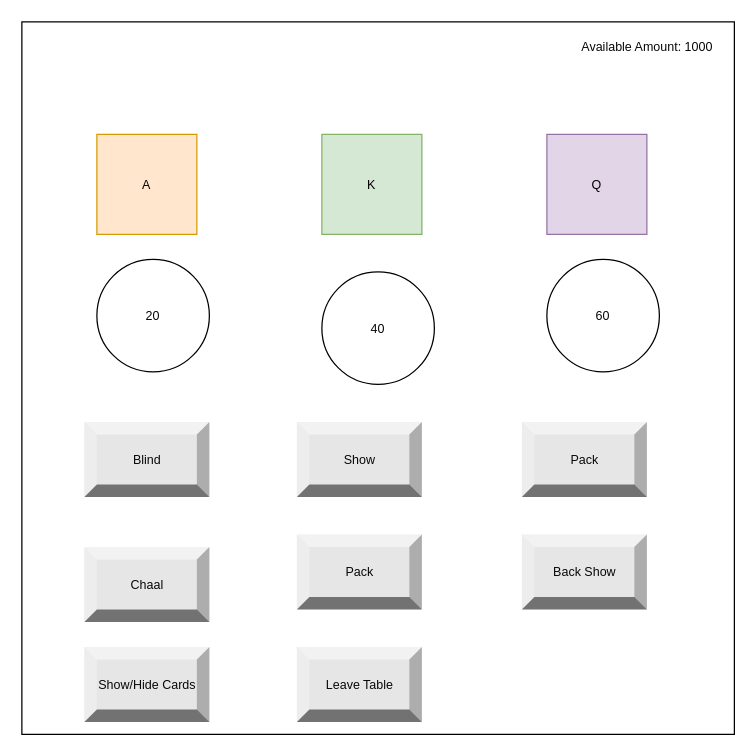
This is page "User: Table" (4 of 4) of demos/flashgame.drawio from shivangsanghi/demos, a draw.io file, before an edit. Source tidied: cells renumbered, new cells numbered last; positions are measured from the earlier drawing's top-left corner, leaving out a move shared by most shapes. Both pictures are drawn from the tidied source at 125%, with x=0, y=0 at pixel (21, 21).
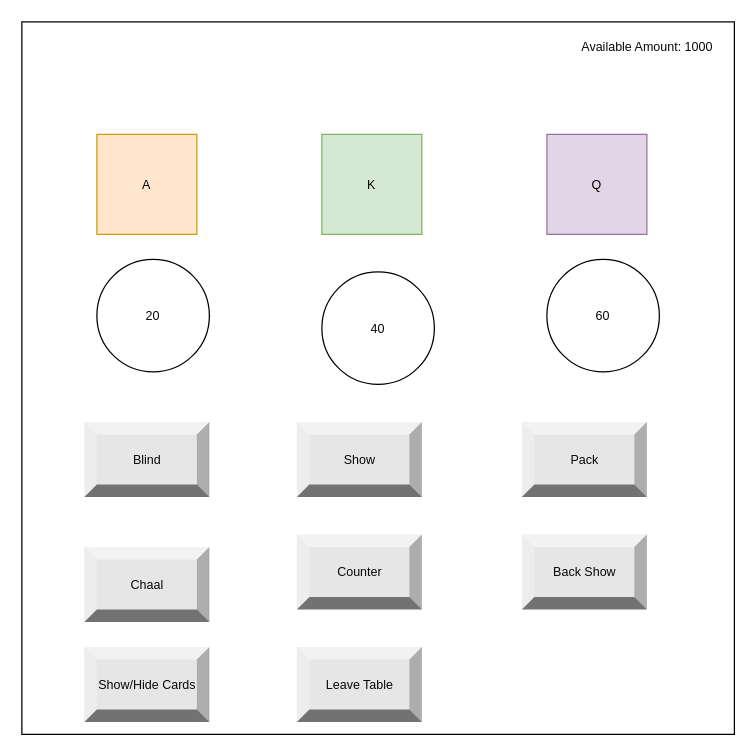
Above is the later version.

Change to the diagram source:
```diff
@@
 <mxGraphModel>
   <root>
     <mxCell id="0" />
     <mxCell id="1" parent="0" />
     <mxCell id="2" style="whiteSpace=wrap;html=1;fontSize=10;fontColor=#080808;" parent="1" vertex="1">
       <mxGeometry width="570" height="570" as="geometry" />
     </mxCell>
     <mxCell id="3" value="A" style="whiteSpace=wrap;html=1;fontSize=10;fillColor=#ffe6cc;strokeColor=#d79b00;" parent="1" vertex="1">
       <mxGeometry x="60" y="90" width="80" height="80" as="geometry" />
     </mxCell>
     <mxCell id="4" value="K" style="whiteSpace=wrap;html=1;fontSize=10;fillColor=#d5e8d4;strokeColor=#82b366;" parent="1" vertex="1">
       <mxGeometry x="240" y="90" width="80" height="80" as="geometry" />
     </mxCell>
     <mxCell id="5" value="Q" style="whiteSpace=wrap;html=1;fontSize=10;fillColor=#e1d5e7;strokeColor=#9673a6;" parent="1" vertex="1">
       <mxGeometry x="420" y="90" width="80" height="80" as="geometry" />
     </mxCell>
     <mxCell id="6" value="20" style="ellipse;whiteSpace=wrap;html=1;fontSize=10;fontColor=#080808;" parent="1" vertex="1">
       <mxGeometry x="60" y="190" width="90" height="90" as="geometry" />
     </mxCell>
     <mxCell id="7" value="60" style="ellipse;whiteSpace=wrap;html=1;fontSize=10;fontColor=#080808;" parent="1" vertex="1">
       <mxGeometry x="420" y="190" width="90" height="90" as="geometry" />
     </mxCell>
     <mxCell id="8" value="40" style="ellipse;whiteSpace=wrap;html=1;fontSize=10;fontColor=#080808;" parent="1" vertex="1">
       <mxGeometry x="240" y="200" width="90" height="90" as="geometry" />
     </mxCell>
     <mxCell id="9" value="Blind" style="labelPosition=center;verticalLabelPosition=middle;align=center;html=1;shape=mxgraph.basic.shaded_button;dx=10;fillColor=#E6E6E6;strokeColor=none;fontSize=10;fontColor=#080808;" parent="1" vertex="1">
       <mxGeometry x="50" y="320" width="100" height="60" as="geometry" />
     </mxCell>
     <mxCell id="10" value="Show/Hide Cards" style="labelPosition=center;verticalLabelPosition=middle;align=center;html=1;shape=mxgraph.basic.shaded_button;dx=10;fillColor=#E6E6E6;strokeColor=none;fontSize=10;fontColor=#080808;" parent="1" vertex="1">
       <mxGeometry x="50" y="500" width="100" height="60" as="geometry" />
     </mxCell>
     <mxCell id="11" value="Chaal" style="labelPosition=center;verticalLabelPosition=middle;align=center;html=1;shape=mxgraph.basic.shaded_button;dx=10;fillColor=#E6E6E6;strokeColor=none;fontSize=10;fontColor=#080808;" parent="1" vertex="1">
       <mxGeometry x="50" y="420" width="100" height="60" as="geometry" />
     </mxCell>
-    <mxCell id="12" value="Pack" style="labelPosition=center;verticalLabelPosition=middle;align=center;html=1;shape=mxgraph.basic.shaded_button;dx=10;fillColor=#E6E6E6;strokeColor=none;fontSize=10;fontColor=#080808;" parent="1" vertex="1">
+    <mxCell id="12" value="Counter" style="labelPosition=center;verticalLabelPosition=middle;align=center;html=1;shape=mxgraph.basic.shaded_button;dx=10;fillColor=#E6E6E6;strokeColor=none;fontSize=10;fontColor=#080808;" parent="1" vertex="1">
       <mxGeometry x="220" y="410" width="100" height="60" as="geometry" />
     </mxCell>
     <mxCell id="13" value="Back Show" style="labelPosition=center;verticalLabelPosition=middle;align=center;html=1;shape=mxgraph.basic.shaded_button;dx=10;fillColor=#E6E6E6;strokeColor=none;fontSize=10;fontColor=#080808;" parent="1" vertex="1">
       <mxGeometry x="400" y="410" width="100" height="60" as="geometry" />
     </mxCell>
     <mxCell id="14" value="Pack" style="labelPosition=center;verticalLabelPosition=middle;align=center;html=1;shape=mxgraph.basic.shaded_button;dx=10;fillColor=#E6E6E6;strokeColor=none;fontSize=10;fontColor=#080808;" parent="1" vertex="1">
       <mxGeometry x="400" y="320" width="100" height="60" as="geometry" />
     </mxCell>
     <mxCell id="15" value="Show" style="labelPosition=center;verticalLabelPosition=middle;align=center;html=1;shape=mxgraph.basic.shaded_button;dx=10;fillColor=#E6E6E6;strokeColor=none;fontSize=10;fontColor=#080808;" parent="1" vertex="1">
       <mxGeometry x="220" y="320" width="100" height="60" as="geometry" />
     </mxCell>
     <mxCell id="16" value="Available Amount: 1000&lt;br&gt;" style="text;html=1;align=center;verticalAlign=middle;fontSize=10;fontColor=#080808;" parent="1" vertex="1">
       <mxGeometry x="440" y="10" width="120" height="20" as="geometry" />
     </mxCell>
     <mxCell id="17" value="Leave Table" style="labelPosition=center;verticalLabelPosition=middle;align=center;html=1;shape=mxgraph.basic.shaded_button;dx=10;fillColor=#E6E6E6;strokeColor=none;fontSize=10;fontColor=#080808;" parent="1" vertex="1">
       <mxGeometry x="220" y="500" width="100" height="60" as="geometry" />
     </mxCell>
   </root>
 </mxGraphModel>
```
